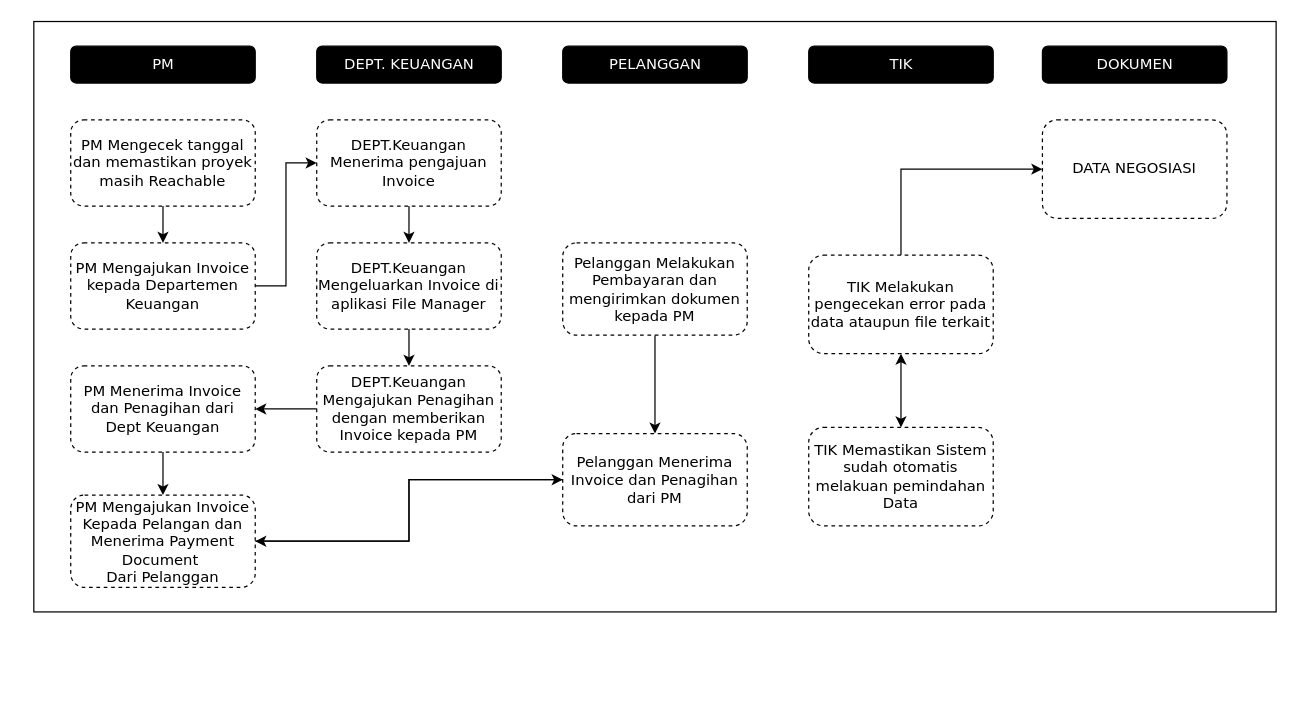
Earlier version of the draw.io diagram Pro_DataKontrak_DataPenagihan.drawio (Tian7877/Hanoi_Tower). Source tidied: cells renumbered, new cells numbered last; positions are measured from the earlier drawing's top-left corner, leaving out a move shared by most shapes. Both pictures are drawn from the tidied source at 123%, with x=0, y=0 at pixel (33, 21).
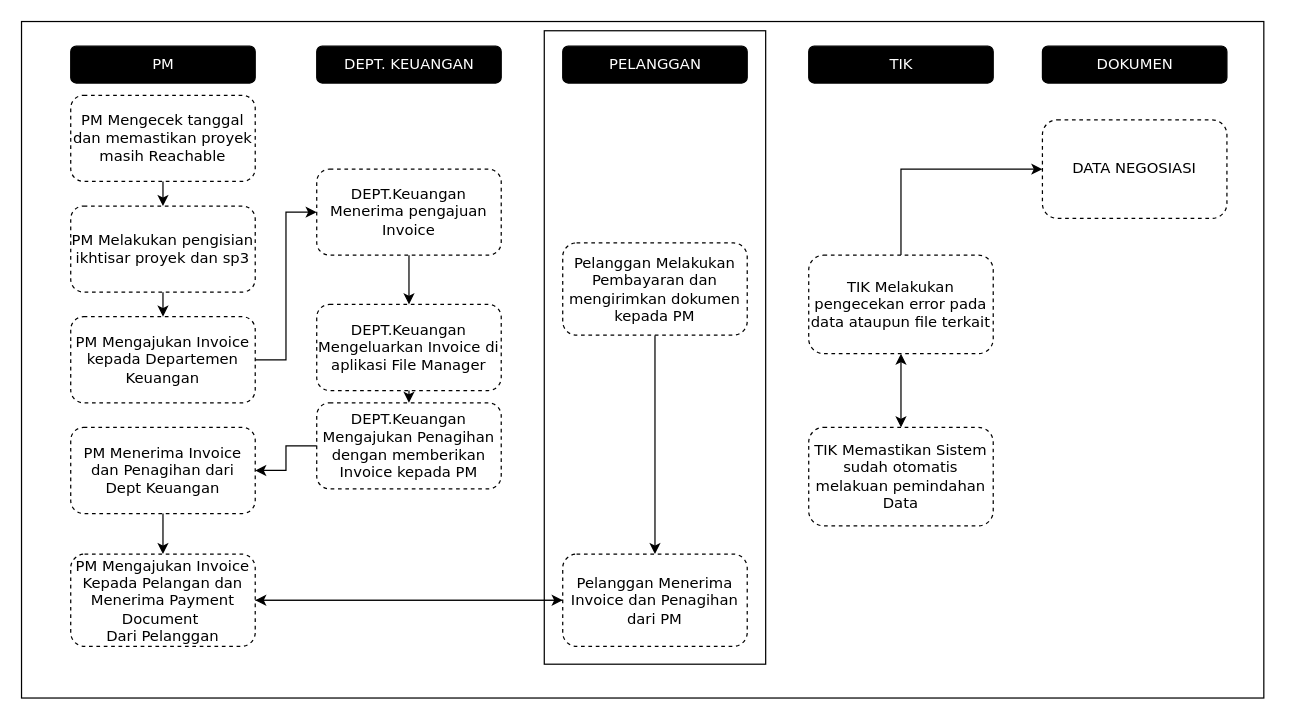
The same page after the edit.

Diff of the diagram source:
```diff
@@
     <mxCell id="5" value="PM Mengecek tanggal dan memastikan proyek masih Reachable" style="rounded=1;whiteSpace=wrap;html=1;fontFamily=Verdana;dashed=1;" parent="1" vertex="1">
-      <mxGeometry x="30" y="80" width="150" height="70" as="geometry" />
+      <mxGeometry x="30" y="60" width="150" height="70" as="geometry" />
     </mxCell>
@@
     <mxCell id="7" value="&lt;font face=&quot;Verdana&quot;&gt;DEPT.Keuangan Menerima pengajuan Invoice&lt;/font&gt;" style="rounded=1;whiteSpace=wrap;html=1;dashed=1;" parent="1" vertex="1">
-      <mxGeometry x="230" y="80" width="150" height="70" as="geometry" />
+      <mxGeometry x="230" y="120" width="150" height="70" as="geometry" />
     </mxCell>
     <mxCell id="8" value="&lt;font face=&quot;Verdana&quot;&gt;DEPT.Keuangan Mengeluarkan Invoice di aplikasi File Manager&lt;/font&gt;" style="rounded=1;whiteSpace=wrap;html=1;dashed=1;" parent="1" vertex="1">
-      <mxGeometry x="230" y="180" width="150" height="70" as="geometry" />
+      <mxGeometry x="230" y="230" width="150" height="70" as="geometry" />
     </mxCell>
@@
     <mxCell id="15" value="PM Mengajukan Invoice kepada Departemen Keuangan" style="rounded=1;whiteSpace=wrap;html=1;fontFamily=Verdana;dashed=1;" parent="1" vertex="1">
-      <mxGeometry x="30" y="180" width="150" height="70" as="geometry" />
+      <mxGeometry x="30" y="240" width="150" height="70" as="geometry" />
     </mxCell>
     <mxCell id="16" value="PM Menerima Invoice dan Penagihan dari Dept Keuangan" style="rounded=1;whiteSpace=wrap;html=1;fontFamily=Verdana;dashed=1;" parent="1" vertex="1">
-      <mxGeometry x="30" y="280" width="150" height="70" as="geometry" />
+      <mxGeometry x="30" y="330" width="150" height="70" as="geometry" />
     </mxCell>
@@
     <mxCell id="18" value="PM Mengajukan Invoice Kepada Pelangan dan Menerima Payment Document&amp;nbsp;&lt;div&gt;Dari Pelanggan&lt;/div&gt;" style="rounded=1;whiteSpace=wrap;html=1;fontFamily=Verdana;dashed=1;" parent="1" vertex="1">
-      <mxGeometry x="30" y="385" width="150" height="75" as="geometry" />
+      <mxGeometry x="30" y="433" width="150" height="75" as="geometry" />
     </mxCell>
@@
     <mxCell id="22" value="&lt;font face=&quot;Verdana&quot;&gt;DEPT.Keuangan Mengajukan Penagihan dengan memberikan Invoice kepada PM&lt;/font&gt;" style="rounded=1;whiteSpace=wrap;html=1;dashed=1;" parent="1" vertex="1">
-      <mxGeometry x="230" y="280" width="150" height="70" as="geometry" />
+      <mxGeometry x="230" y="310" width="150" height="70" as="geometry" />
     </mxCell>
@@
     <mxCell id="24" value="Pelanggan Menerima Invoice dan Penagihan dari PM" style="rounded=1;whiteSpace=wrap;html=1;fontFamily=Verdana;dashed=1;" parent="1" vertex="1">
-      <mxGeometry x="430" y="335" width="150" height="75" as="geometry" />
+      <mxGeometry x="430" y="433" width="150" height="75" as="geometry" />
     </mxCell>
@@
-    <mxCell id="27" style="endArrow=classic;html=1;rounded=0;exitX=0.5;exitY=1;exitDx=0;exitDy=0;entryX=0.5;entryY=0;entryDx=0;entryDy=0;" parent="1" edge="1" source="5" target="15">
-      <mxGeometry relative="1" as="geometry" />
-    </mxCell>
@@
     <mxCell id="31" style="rounded=0;whiteSpace=wrap;html=1;fillColor=none;" parent="1" vertex="1">
-      <mxGeometry width="1010" height="480" as="geometry" />
+      <mxGeometry x="-10" width="1010" height="550" as="geometry" />
     </mxCell>
+    <mxCell id="32" value="PM Melakukan pengisian ikhtisar proyek dan sp3" style="rounded=1;whiteSpace=wrap;html=1;fontFamily=Verdana;dashed=1;" parent="1" vertex="1">
+      <mxGeometry x="30" y="150" width="150" height="70" as="geometry" />
+    </mxCell>
+    <mxCell id="33" style="endArrow=classic;html=1;rounded=0;exitX=0.5;exitY=1;exitDx=0;exitDy=0;" parent="1" edge="1" source="5" target="32">
+      <mxGeometry relative="1" as="geometry" />
+    </mxCell>
+    <mxCell id="34" style="endArrow=classic;html=1;rounded=0;exitX=0.5;exitY=1;exitDx=0;exitDy=0;entryX=0.5;entryY=0;entryDx=0;entryDy=0;" parent="1" edge="1" source="32" target="15">
+      <mxGeometry relative="1" as="geometry" />
+    </mxCell>
+    <mxCell id="35" style="rounded=0;whiteSpace=wrap;html=1;fillColor=none;" parent="1" vertex="1">
+      <mxGeometry x="415" y="7.5" width="180" height="515" as="geometry" />
+    </mxCell>
```
